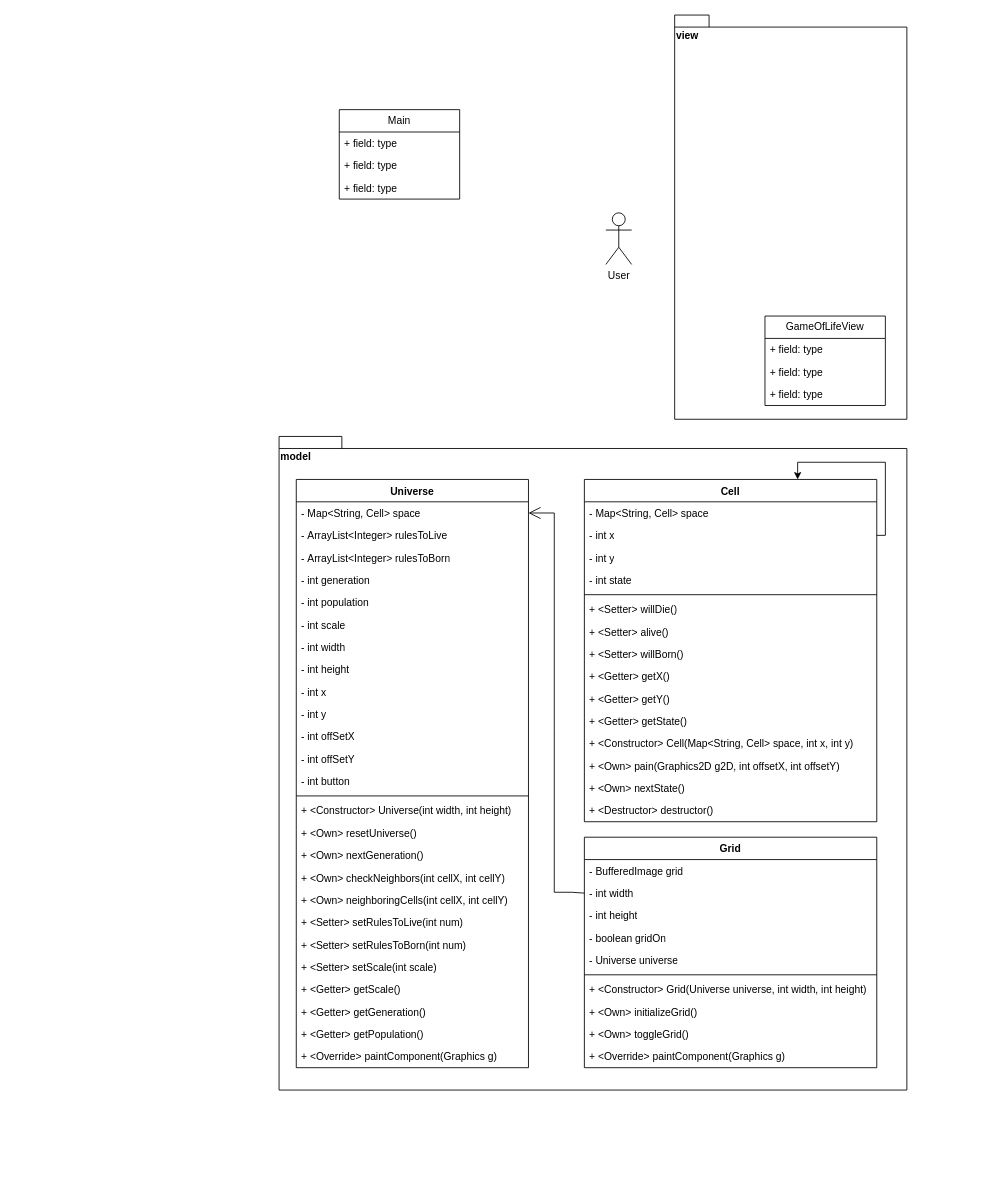
Before: MVC-GameOfLife.drawio in SebastianTuquerrezG/Game-Of-Life, a draw.io diagram. Source tidied: cells renumbered, new cells numbered last; positions are measured from the earlier drawing's top-left corner, leaving out a move shared by most shapes. Both pictures are drawn from the tidied source at 86%, with x=0, y=0 at pixel (279, 15).
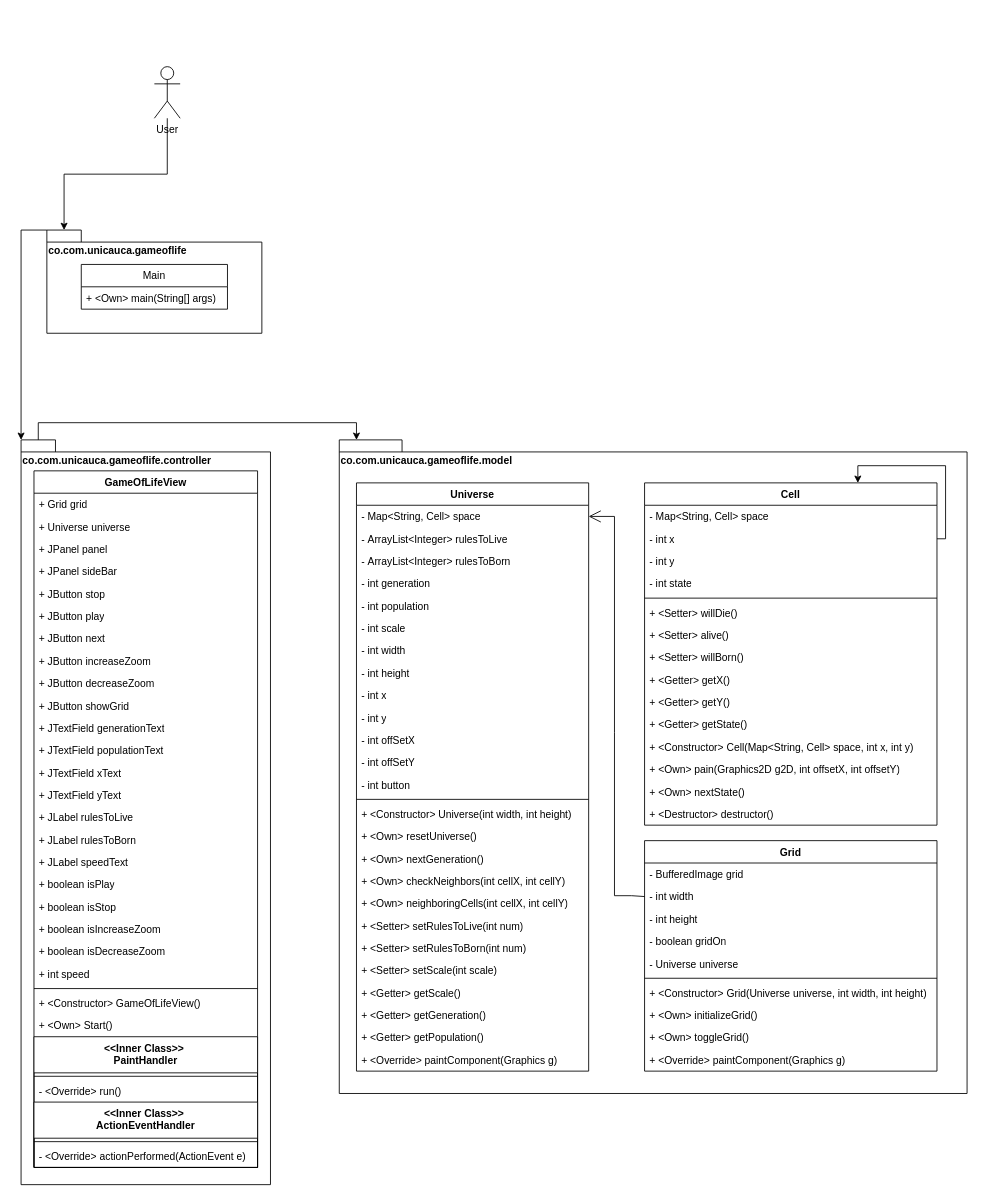
The same diagram, later.

The change refers to these unchanged cells:
```xml
<mxCell id="30" value="-&amp;nbsp;Map&amp;lt;String, Cell&amp;gt; space" style="text;strokeColor=none;fillColor=none;align=left;verticalAlign=top;spacingLeft=4;spacingRight=4;overflow=hidden;points=[[0,0.5],[1,0.5]];portConstraint=eastwest;whiteSpace=wrap;html=1;" parent="29" vertex="1">
  <mxGeometry y="26" width="270" height="26" as="geometry" />
</mxCell>
<mxCell id="58" value="- int width" style="text;strokeColor=none;fillColor=none;align=left;verticalAlign=top;spacingLeft=4;spacingRight=4;overflow=hidden;points=[[0,0.5],[1,0.5]];portConstraint=eastwest;whiteSpace=wrap;html=1;" parent="56" vertex="1">
  <mxGeometry y="52" width="340" height="26" as="geometry" />
</mxCell>
```

Change to the diagram source:
```diff
@@
-    <mxCell id="2" value="model" style="shape=folder;fontStyle=1;spacingTop=10;tabWidth=40;tabHeight=14;tabPosition=left;html=1;whiteSpace=wrap;align=left;verticalAlign=top;horizontal=1;fontSize=12;labelBackgroundColor=none;" parent="1" vertex="1">
-      <mxGeometry y="490" width="730" height="760" as="geometry" />
+    <mxCell id="2" value="co.com.unicauca.gameoflife.model" style="shape=folder;fontStyle=1;spacingTop=10;tabWidth=40;tabHeight=14;tabPosition=left;html=1;whiteSpace=wrap;align=left;verticalAlign=top;horizontal=1;fontSize=12;labelBackgroundColor=none;" parent="1" vertex="1">
+      <mxGeometry x="70" y="494" width="730" height="760" as="geometry" />
     </mxCell>
-    <mxCell id="3" value="view" style="shape=folder;fontStyle=1;spacingTop=10;tabWidth=40;tabHeight=14;tabPosition=left;html=1;whiteSpace=wrap;verticalAlign=top;align=left;" parent="1" vertex="1">
-      <mxGeometry x="460" width="270" height="470" as="geometry" />
+    <mxCell id="3" value="co.com.unicauca.gameoflife.controller" style="shape=folder;fontStyle=1;spacingTop=10;tabWidth=40;tabHeight=14;tabPosition=left;html=1;whiteSpace=wrap;verticalAlign=top;align=left;" parent="1" vertex="1">
+      <mxGeometry x="-300" y="494" width="290" height="866" as="geometry" />
     </mxCell>
-    <mxCell id="4" value="GameOfLifeView" style="swimlane;fontStyle=0;horizontal=1;startSize=26;fillColor=none;whiteSpace=wrap;html=1;" parent="1" vertex="1">
-      <mxGeometry x="565" y="350" width="140" height="104" as="geometry" />
-    </mxCell>
-    <mxCell id="5" value="+ field: type" style="text;strokeColor=none;fillColor=none;align=left;verticalAlign=top;spacingLeft=4;spacingRight=4;overflow=hidden;whiteSpace=wrap;html=1;" parent="4" vertex="1">
-      <mxGeometry y="26" width="140" height="26" as="geometry" />
-    </mxCell>
-    <mxCell id="6" value="+ field: type" style="text;strokeColor=none;fillColor=none;align=left;verticalAlign=top;spacingLeft=4;spacingRight=4;overflow=hidden;whiteSpace=wrap;html=1;" parent="4" vertex="1">
-      <mxGeometry y="52" width="140" height="26" as="geometry" />
-    </mxCell>
-    <mxCell id="7" value="+ field: type" style="text;strokeColor=none;fillColor=none;align=left;verticalAlign=top;spacingLeft=4;spacingRight=4;overflow=hidden;whiteSpace=wrap;html=1;" parent="4" vertex="1">
-      <mxGeometry y="78" width="140" height="26" as="geometry" />
-    </mxCell>
-    <mxCell id="8" value="Main" style="swimlane;fontStyle=0;horizontal=1;startSize=26;fillColor=none;whiteSpace=wrap;html=1;" parent="1" vertex="1">
-      <mxGeometry x="70" y="110" width="140" height="104" as="geometry" />
-    </mxCell>
-    <mxCell id="9" value="+ field: type" style="text;strokeColor=none;fillColor=none;align=left;verticalAlign=top;spacingLeft=4;spacingRight=4;overflow=hidden;whiteSpace=wrap;html=1;" parent="8" vertex="1">
-      <mxGeometry y="26" width="140" height="26" as="geometry" />
-    </mxCell>
-    <mxCell id="10" value="+ field: type" style="text;strokeColor=none;fillColor=none;align=left;verticalAlign=top;spacingLeft=4;spacingRight=4;overflow=hidden;whiteSpace=wrap;html=1;" parent="8" vertex="1">
-      <mxGeometry y="52" width="140" height="26" as="geometry" />
-    </mxCell>
-    <mxCell id="11" value="+ field: type" style="text;strokeColor=none;fillColor=none;align=left;verticalAlign=top;spacingLeft=4;spacingRight=4;overflow=hidden;whiteSpace=wrap;html=1;" parent="8" vertex="1">
-      <mxGeometry y="78" width="140" height="26" as="geometry" />
-    </mxCell>
     <mxCell id="12" value="Cell" style="swimlane;fontStyle=1;align=center;verticalAlign=top;horizontal=1;startSize=26;whiteSpace=wrap;html=1;" parent="1" vertex="1">
-      <mxGeometry x="355" y="540" width="340" height="398" as="geometry" />
+      <mxGeometry x="425" y="544" width="340" height="398" as="geometry" />
     </mxCell>
@@
     <mxCell id="29" value="Universe" style="swimlane;fontStyle=1;align=center;verticalAlign=top;horizontal=1;startSize=26;whiteSpace=wrap;html=1;" parent="1" vertex="1">
-      <mxGeometry x="20" y="540" width="270" height="684" as="geometry" />
+      <mxGeometry x="90" y="544" width="270" height="684" as="geometry" />
     </mxCell>
@@
     <mxCell id="56" value="Grid" style="swimlane;fontStyle=1;align=center;verticalAlign=top;horizontal=1;startSize=26;whiteSpace=wrap;html=1;" parent="1" vertex="1">
-      <mxGeometry x="355" y="956" width="340" height="268" as="geometry" />
+      <mxGeometry x="425" y="960" width="340" height="268" as="geometry" />
     </mxCell>
@@
     <mxCell id="67" style="endArrow=open;endFill=1;endSize=12;html=1;rounded=0;exitX=0;exitY=0.5;exitDx=0;exitDy=0;entryX=1;entryY=0.5;entryDx=0;entryDy=0;" parent="1" edge="1" source="58" target="30">
       <mxGeometry relative="1" as="geometry">
         <Array as="points">
-          <mxPoint x="340" y="1020" />
-          <mxPoint x="320" y="1020" />
-          <mxPoint x="320" y="830" />
-          <mxPoint x="320" y="579" />
+          <mxPoint x="410" y="1024" />
+          <mxPoint x="390" y="1024" />
+          <mxPoint x="390" y="834" />
+          <mxPoint x="390" y="583" />
         </Array>
       </mxGeometry>
     </mxCell>
     <mxCell id="68" value="User" style="shape=umlActor;verticalLabelPosition=bottom;verticalAlign=top;html=1;" parent="1" vertex="1">
-      <mxGeometry x="380" y="230" width="30" height="60" as="geometry" />
+      <mxGeometry x="-145" y="60" width="30" height="60" as="geometry" />
     </mxCell>
+    <mxCell id="4" value="GameOfLifeView" style="swimlane;fontStyle=1;align=center;verticalAlign=top;horizontal=1;startSize=26;whiteSpace=wrap;html=1;" parent="1" vertex="1">
+      <mxGeometry x="-285" y="530" width="260" height="810" as="geometry" />
+    </mxCell>
+    <mxCell id="69" value="+ Grid grid" style="text;strokeColor=none;fillColor=none;align=left;verticalAlign=top;spacingLeft=4;spacingRight=4;overflow=hidden;whiteSpace=wrap;html=1;" parent="4" vertex="1">
+      <mxGeometry y="26" width="260" height="26" as="geometry" />
+    </mxCell>
+    <mxCell id="70" value="+ Universe universe" style="text;strokeColor=none;fillColor=none;align=left;verticalAlign=top;spacingLeft=4;spacingRight=4;overflow=hidden;whiteSpace=wrap;html=1;" parent="4" vertex="1">
+      <mxGeometry y="52" width="260" height="26" as="geometry" />
+    </mxCell>
+    <mxCell id="71" value="+ JPanel panel" style="text;strokeColor=none;fillColor=none;align=left;verticalAlign=top;spacingLeft=4;spacingRight=4;overflow=hidden;whiteSpace=wrap;html=1;" parent="4" vertex="1">
+      <mxGeometry y="78" width="260" height="26" as="geometry" />
+    </mxCell>
+    <mxCell id="72" value="+ JPanel sideBar" style="text;strokeColor=none;fillColor=none;align=left;verticalAlign=top;spacingLeft=4;spacingRight=4;overflow=hidden;whiteSpace=wrap;html=1;" parent="4" vertex="1">
+      <mxGeometry y="104" width="260" height="26" as="geometry" />
+    </mxCell>
+    <mxCell id="73" value="+ JButton stop" style="text;strokeColor=none;fillColor=none;align=left;verticalAlign=top;spacingLeft=4;spacingRight=4;overflow=hidden;whiteSpace=wrap;html=1;" parent="4" vertex="1">
+      <mxGeometry y="130" width="260" height="26" as="geometry" />
+    </mxCell>
+    <mxCell id="74" value="+ JButton play" style="text;strokeColor=none;fillColor=none;align=left;verticalAlign=top;spacingLeft=4;spacingRight=4;overflow=hidden;whiteSpace=wrap;html=1;" parent="4" vertex="1">
+      <mxGeometry y="156" width="260" height="26" as="geometry" />
+    </mxCell>
+    <mxCell id="75" value="+ JButton next" style="text;strokeColor=none;fillColor=none;align=left;verticalAlign=top;spacingLeft=4;spacingRight=4;overflow=hidden;whiteSpace=wrap;html=1;" parent="4" vertex="1">
+      <mxGeometry y="182" width="260" height="26" as="geometry" />
+    </mxCell>
+    <mxCell id="76" value="+ JButton increaseZoom" style="text;strokeColor=none;fillColor=none;align=left;verticalAlign=top;spacingLeft=4;spacingRight=4;overflow=hidden;whiteSpace=wrap;html=1;" parent="4" vertex="1">
+      <mxGeometry y="208" width="260" height="26" as="geometry" />
+    </mxCell>
+    <mxCell id="77" value="+ JButton decreaseZoom" style="text;strokeColor=none;fillColor=none;align=left;verticalAlign=top;spacingLeft=4;spacingRight=4;overflow=hidden;whiteSpace=wrap;html=1;" parent="4" vertex="1">
+      <mxGeometry y="234" width="260" height="26" as="geometry" />
+    </mxCell>
+    <mxCell id="78" value="+ JButton showGrid" style="text;strokeColor=none;fillColor=none;align=left;verticalAlign=top;spacingLeft=4;spacingRight=4;overflow=hidden;whiteSpace=wrap;html=1;" parent="4" vertex="1">
+      <mxGeometry y="260" width="260" height="26" as="geometry" />
+    </mxCell>
+    <mxCell id="79" value="+ JTextField generationText" style="text;strokeColor=none;fillColor=none;align=left;verticalAlign=top;spacingLeft=4;spacingRight=4;overflow=hidden;whiteSpace=wrap;html=1;" parent="4" vertex="1">
+      <mxGeometry y="286" width="260" height="26" as="geometry" />
+    </mxCell>
+    <mxCell id="80" value="+ JTextField populationText" style="text;strokeColor=none;fillColor=none;align=left;verticalAlign=top;spacingLeft=4;spacingRight=4;overflow=hidden;whiteSpace=wrap;html=1;" parent="4" vertex="1">
+      <mxGeometry y="312" width="260" height="26" as="geometry" />
+    </mxCell>
+    <mxCell id="81" value="+ JTextField xText" style="text;strokeColor=none;fillColor=none;align=left;verticalAlign=top;spacingLeft=4;spacingRight=4;overflow=hidden;whiteSpace=wrap;html=1;" parent="4" vertex="1">
+      <mxGeometry y="338" width="260" height="26" as="geometry" />
+    </mxCell>
+    <mxCell id="82" value="+ JTextField yText" style="text;strokeColor=none;fillColor=none;align=left;verticalAlign=top;spacingLeft=4;spacingRight=4;overflow=hidden;whiteSpace=wrap;html=1;" parent="4" vertex="1">
+      <mxGeometry y="364" width="260" height="26" as="geometry" />
+    </mxCell>
+    <mxCell id="83" value="+ JLabel rulesToLive" style="text;strokeColor=none;fillColor=none;align=left;verticalAlign=top;spacingLeft=4;spacingRight=4;overflow=hidden;whiteSpace=wrap;html=1;" parent="4" vertex="1">
+      <mxGeometry y="390" width="260" height="26" as="geometry" />
+    </mxCell>
+    <mxCell id="84" value="+ JLabel rulesToBorn" style="text;strokeColor=none;fillColor=none;align=left;verticalAlign=top;spacingLeft=4;spacingRight=4;overflow=hidden;whiteSpace=wrap;html=1;" parent="4" vertex="1">
+      <mxGeometry y="416" width="260" height="26" as="geometry" />
+    </mxCell>
+    <mxCell id="85" value="+ JLabel speedText" style="text;strokeColor=none;fillColor=none;align=left;verticalAlign=top;spacingLeft=4;spacingRight=4;overflow=hidden;whiteSpace=wrap;html=1;" parent="4" vertex="1">
+      <mxGeometry y="442" width="260" height="26" as="geometry" />
+    </mxCell>
+    <mxCell id="86" value="+ boolean isPlay" style="text;strokeColor=none;fillColor=none;align=left;verticalAlign=top;spacingLeft=4;spacingRight=4;overflow=hidden;whiteSpace=wrap;html=1;" parent="4" vertex="1">
+      <mxGeometry y="468" width="260" height="26" as="geometry" />
+    </mxCell>
+    <mxCell id="87" value="+ boolean isStop" style="text;strokeColor=none;fillColor=none;align=left;verticalAlign=top;spacingLeft=4;spacingRight=4;overflow=hidden;whiteSpace=wrap;html=1;" parent="4" vertex="1">
+      <mxGeometry y="494" width="260" height="26" as="geometry" />
+    </mxCell>
+    <mxCell id="88" value="+ boolean isIncreaseZoom" style="text;strokeColor=none;fillColor=none;align=left;verticalAlign=top;spacingLeft=4;spacingRight=4;overflow=hidden;whiteSpace=wrap;html=1;" parent="4" vertex="1">
+      <mxGeometry y="520" width="260" height="26" as="geometry" />
+    </mxCell>
+    <mxCell id="89" value="+ boolean isDecreaseZoom" style="text;strokeColor=none;fillColor=none;align=left;verticalAlign=top;spacingLeft=4;spacingRight=4;overflow=hidden;whiteSpace=wrap;html=1;" parent="4" vertex="1">
+      <mxGeometry y="546" width="260" height="26" as="geometry" />
+    </mxCell>
+    <mxCell id="90" value="+ int speed" style="text;strokeColor=none;fillColor=none;align=left;verticalAlign=top;spacingLeft=4;spacingRight=4;overflow=hidden;whiteSpace=wrap;html=1;" parent="4" vertex="1">
+      <mxGeometry y="572" width="260" height="26" as="geometry" />
+    </mxCell>
+    <mxCell id="91" style="line;strokeWidth=1;fillColor=none;align=left;verticalAlign=middle;spacingTop=-1;spacingLeft=3;spacingRight=3;labelPosition=right;strokeColor=inherit;" parent="4" vertex="1">
+      <mxGeometry y="598" width="260" height="8" as="geometry" />
+    </mxCell>
+    <mxCell id="92" value="+&amp;nbsp;&amp;lt;Constructor&amp;gt;&amp;nbsp;GameOfLifeView()" style="text;strokeColor=none;fillColor=none;align=left;verticalAlign=top;spacingLeft=4;spacingRight=4;overflow=hidden;whiteSpace=wrap;html=1;" parent="4" vertex="1">
+      <mxGeometry y="606" width="260" height="26" as="geometry" />
+    </mxCell>
+    <mxCell id="93" value="+&amp;nbsp;&amp;lt;Own&amp;gt;&amp;nbsp;Start()" style="text;strokeColor=none;fillColor=none;align=left;verticalAlign=top;spacingLeft=4;spacingRight=4;overflow=hidden;whiteSpace=wrap;html=1;" parent="4" vertex="1">
+      <mxGeometry y="632" width="260" height="26" as="geometry" />
+    </mxCell>
+    <mxCell id="94" value="&amp;lt;&amp;lt;Inner Class&amp;gt;&amp;gt;&amp;nbsp;&lt;br&gt;PaintHandler" style="swimlane;fontStyle=1;align=center;verticalAlign=top;horizontal=1;startSize=42;whiteSpace=wrap;html=1;" parent="4" vertex="1">
+      <mxGeometry y="658" width="260" height="152" as="geometry" />
+    </mxCell>
+    <mxCell id="95" style="line;strokeWidth=1;fillColor=none;align=left;verticalAlign=middle;spacingTop=-1;spacingLeft=3;spacingRight=3;labelPosition=right;strokeColor=inherit;" parent="94" vertex="1">
+      <mxGeometry y="42" width="260" height="8" as="geometry" />
+    </mxCell>
+    <mxCell id="96" value="- &amp;lt;Override&amp;gt; run()" style="text;strokeColor=none;fillColor=none;align=left;verticalAlign=top;spacingLeft=4;spacingRight=4;overflow=hidden;whiteSpace=wrap;html=1;" parent="94" vertex="1">
+      <mxGeometry y="50" width="260" height="26" as="geometry" />
+    </mxCell>
+    <mxCell id="97" value="&amp;lt;&amp;lt;Inner Class&amp;gt;&amp;gt;&amp;nbsp;&lt;br&gt;ActionEventHandler" style="swimlane;fontStyle=1;align=center;verticalAlign=top;horizontal=1;startSize=42;whiteSpace=wrap;html=1;" parent="94" vertex="1">
+      <mxGeometry y="76" width="260" height="76" as="geometry" />
+    </mxCell>
+    <mxCell id="98" style="line;strokeWidth=1;fillColor=none;align=left;verticalAlign=middle;spacingTop=-1;spacingLeft=3;spacingRight=3;labelPosition=right;strokeColor=inherit;" parent="97" vertex="1">
+      <mxGeometry y="42" width="260" height="8" as="geometry" />
+    </mxCell>
+    <mxCell id="99" value="- &amp;lt;Override&amp;gt;&amp;nbsp;actionPerformed(ActionEvent e)&amp;nbsp;" style="text;strokeColor=none;fillColor=none;align=left;verticalAlign=top;spacingLeft=4;spacingRight=4;overflow=hidden;whiteSpace=wrap;html=1;" parent="97" vertex="1">
+      <mxGeometry y="50" width="260" height="26" as="geometry" />
+    </mxCell>
+    <mxCell id="100" style="edgeStyle=orthogonalEdgeStyle;rounded=0;jettySize=auto;html=1;exitX=0;exitY=0;exitDx=20;exitDy=0;exitPerimeter=0;entryX=0;entryY=0;entryDx=20;entryDy=0;entryPerimeter=0;" parent="1" edge="1" source="3" target="2">
+      <mxGeometry relative="1" as="geometry" />
+    </mxCell>
+    <mxCell id="101" value="co.com.unicauca.gameoflife" style="shape=folder;fontStyle=1;spacingTop=10;tabWidth=40;tabHeight=14;tabPosition=left;html=1;whiteSpace=wrap;verticalAlign=top;align=left;" parent="1" vertex="1">
+      <mxGeometry x="-270" y="250" width="250" height="120" as="geometry" />
+    </mxCell>
+    <mxCell id="8" value="Main" style="swimlane;fontStyle=0;horizontal=1;startSize=26;fillColor=none;whiteSpace=wrap;html=1;" parent="1" vertex="1">
+      <mxGeometry x="-230" y="290" width="170" height="52" as="geometry" />
+    </mxCell>
+    <mxCell id="9" value="+ &amp;lt;Own&amp;gt;&amp;nbsp;main(String[] args)" style="text;strokeColor=none;fillColor=none;align=left;verticalAlign=top;spacingLeft=4;spacingRight=4;overflow=hidden;whiteSpace=wrap;html=1;" parent="8" vertex="1">
+      <mxGeometry y="26" width="170" height="26" as="geometry" />
+    </mxCell>
+    <mxCell id="102" style="edgeStyle=orthogonalEdgeStyle;rounded=0;jettySize=auto;html=1;entryX=0;entryY=0;entryDx=20;entryDy=0;entryPerimeter=0;" parent="1" edge="1" source="68" target="101">
+      <mxGeometry relative="1" as="geometry" />
+    </mxCell>
+    <mxCell id="103" style="edgeStyle=orthogonalEdgeStyle;rounded=0;jettySize=auto;html=1;exitX=0;exitY=0;exitDx=0;exitDy=0;exitPerimeter=0;entryX=0;entryY=0;entryDx=0;entryDy=0;entryPerimeter=0;" parent="1" edge="1" source="101" target="3">
+      <mxGeometry relative="1" as="geometry">
+        <Array as="points">
+          <mxPoint x="-300" y="250" />
+        </Array>
+      </mxGeometry>
+    </mxCell>
```
